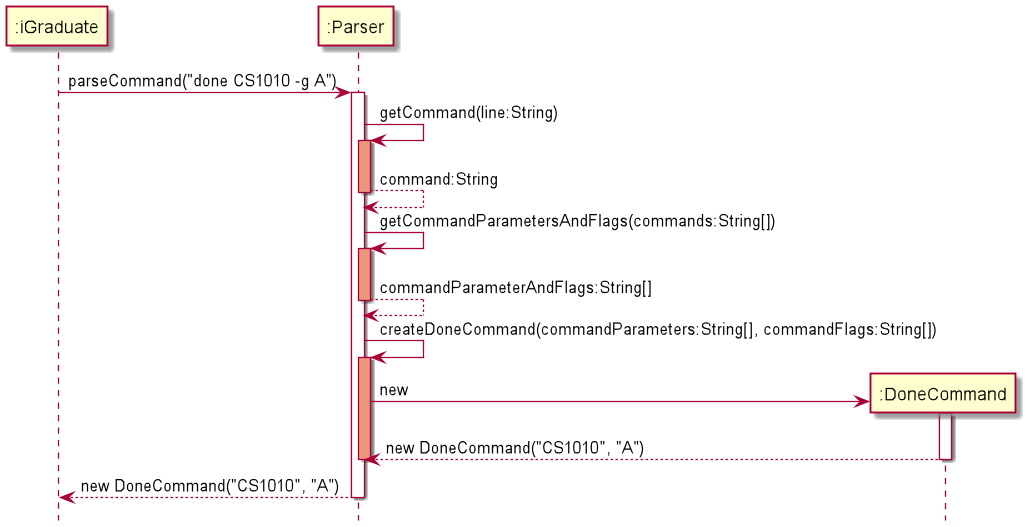
Before: docs/images/ParserSequenceDiagram.png, a diagram exported from PlantUML (oscarlai1998/tp).
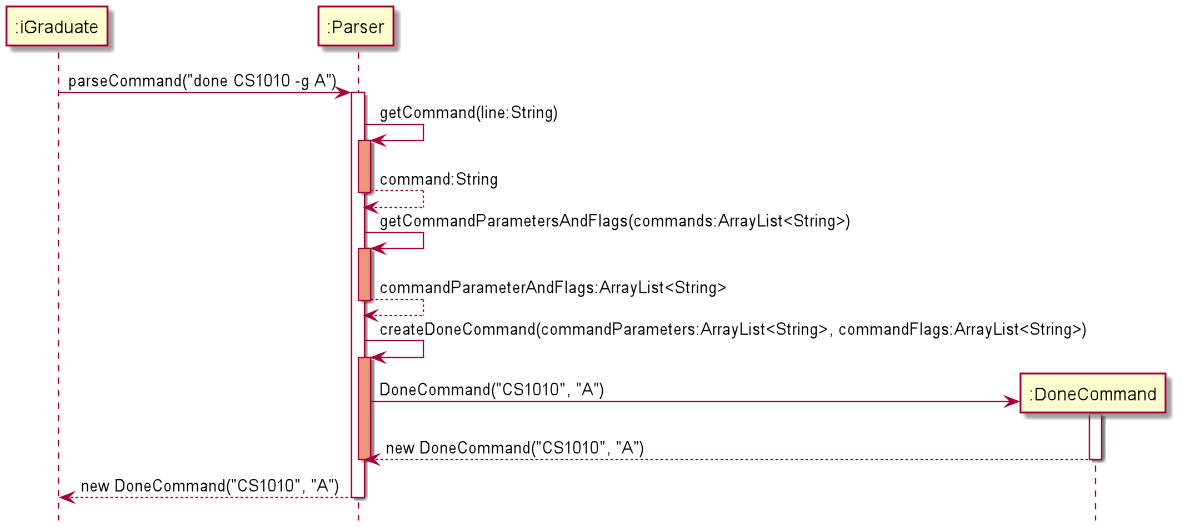
The same file after the commit.

Diff of the diagram source:
```diff
@@ -12,15 +12,15 @@
 activate Parser #DarkSalmon
 return command:String
 
-Parser -> Parser: getCommandParametersAndFlags(commands:String[])
+Parser -> Parser: getCommandParametersAndFlags(commands:ArrayList<String>)
 activate Parser #DarkSalmon
-return commandParameterAndFlags:String[]
+return commandParameterAndFlags:ArrayList<String>
 
-Parser -> Parser: createDoneCommand(commandParameters:String[], commandFlags:String[])
+Parser -> Parser: createDoneCommand(commandParameters:ArrayList<String>, commandFlags:ArrayList<String>)
 activate Parser #DarkSalmon
 
 create DoneCommand
-Parser -> DoneCommand: new
+Parser -> DoneCommand: DoneCommand("CS1010", "A")
 activate DoneCommand
 DoneCommand --> Parser: new DoneCommand("CS1010", "A")
 deactivate DoneCommand
```
